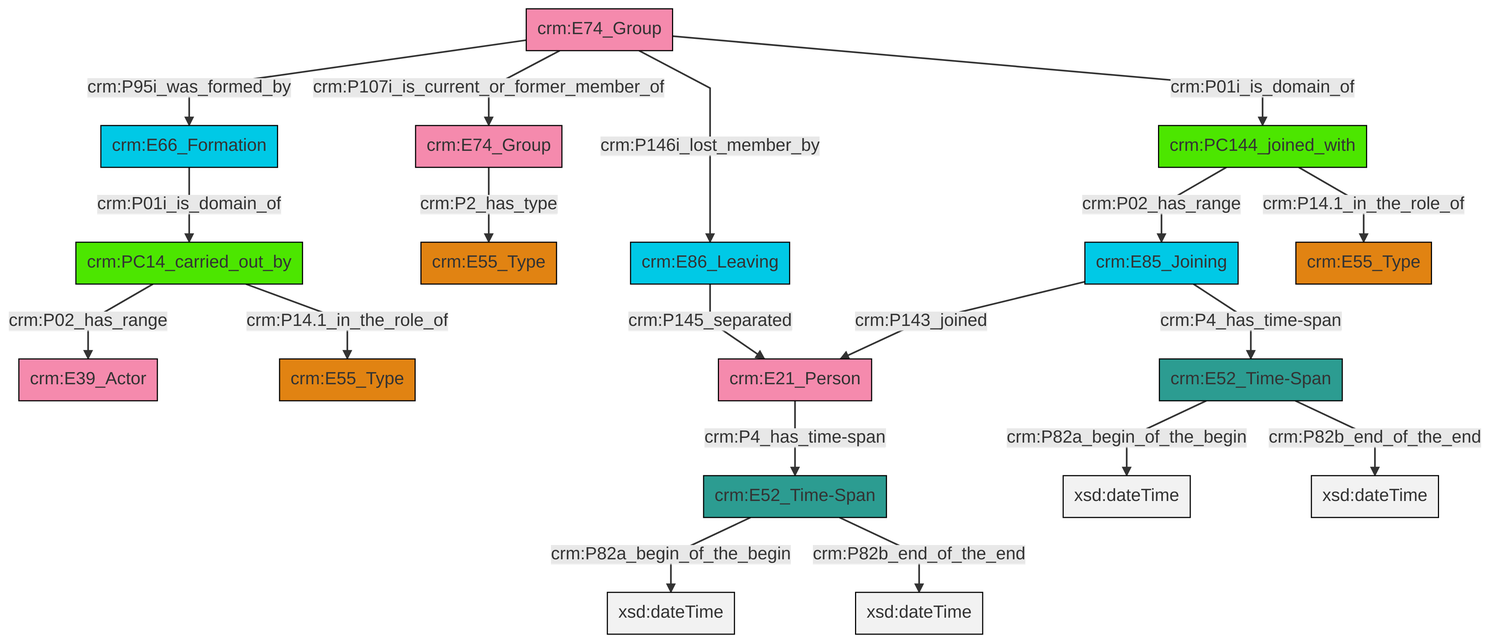
Earlier version of the Mermaid export et/groupCSV/ttl/mmd/png/group_actor_relations.png (swiss-art-research-net/docs.swissartresearch). Its source is kept beside it as et/groupCSV/ttl/mmd/group_actor_relations.ttl.mmd.
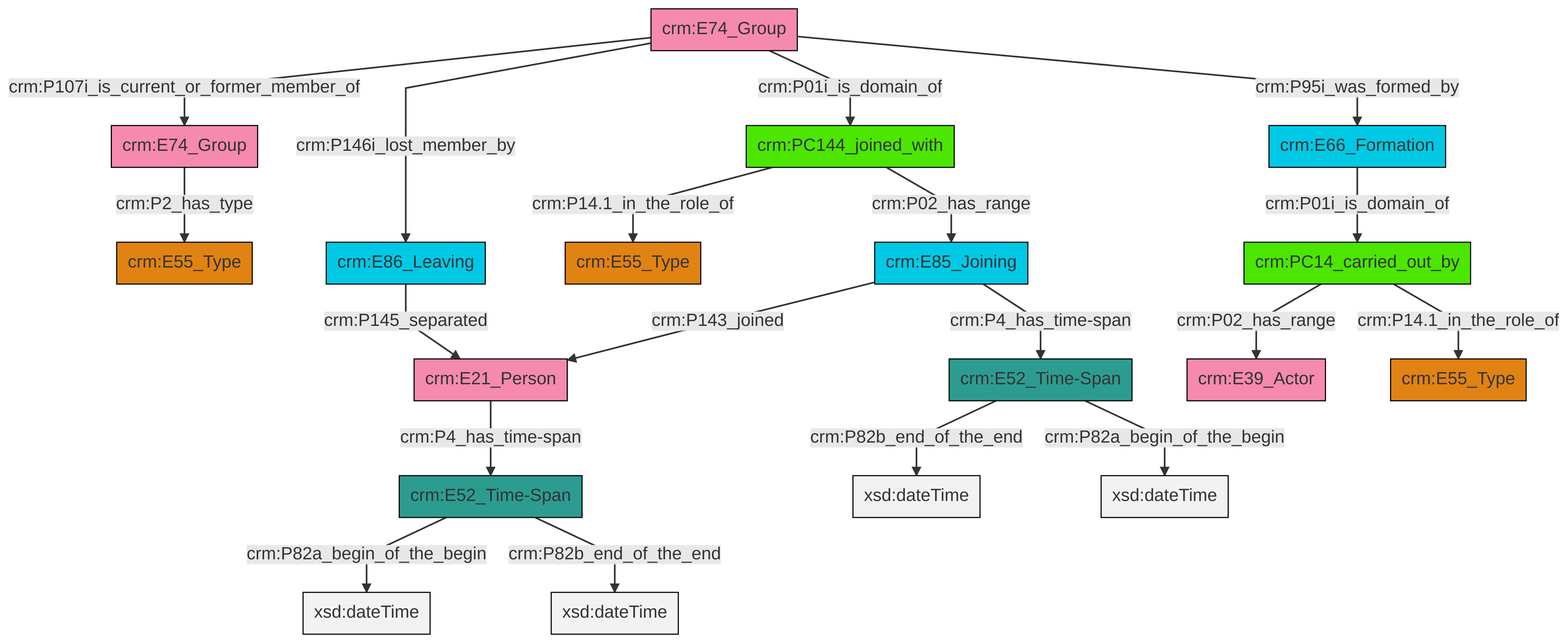
Later version of the same file.

The edit, as a diff of the source:
```diff
@@ -13,21 +13,21 @@
 classDef PC_Classes fill:#4ce600, stroke:#000000;
 classDef Multi fill:#cccccc,stroke:#000000;
 
-0["crm:E52_Time-Span"]:::Time-Span -->|crm:P82a_begin_of_the_begin| 1[xsd:dateTime]:::Literal
-2["crm:PC14_carried_out_by"]:::PC_Classes -->|crm:P02_has_range| 4["crm:E39_Actor"]:::Actor
-5["crm:PC144_joined_with"]:::PC_Classes -->|crm:P02_has_range| 6["crm:E85_Joining"]:::Temporal_Entity
-7["crm:E74_Group"]:::Actor -->|crm:P95i_was_formed_by| 8["crm:E66_Formation"]:::Temporal_Entity
-7["crm:E74_Group"]:::Actor -->|crm:P107i_is_current_or_former_member_of| 9["crm:E74_Group"]:::Actor
-7["crm:E74_Group"]:::Actor -->|crm:P146i_lost_member_by| 20["crm:E86_Leaving"]:::Temporal_Entity
-7["crm:E74_Group"]:::Actor -->|crm:P01i_is_domain_of| 5["crm:PC144_joined_with"]:::PC_Classes
-22["crm:E52_Time-Span"]:::Time-Span -->|crm:P82a_begin_of_the_begin| 23[xsd:dateTime]:::Literal
-12["crm:E21_Person"]:::Actor -->|crm:P4_has_time-span| 22["crm:E52_Time-Span"]:::Time-Span
-6["crm:E85_Joining"]:::Temporal_Entity -->|crm:P143_joined| 12["crm:E21_Person"]:::Actor
-0["crm:E52_Time-Span"]:::Time-Span -->|crm:P82b_end_of_the_end| 25[xsd:dateTime]:::Literal
-8["crm:E66_Formation"]:::Temporal_Entity -->|crm:P01i_is_domain_of| 2["crm:PC14_carried_out_by"]:::PC_Classes
-2["crm:PC14_carried_out_by"]:::PC_Classes -->|crm:P14.1_in_the_role_of| 16["crm:E55_Type"]:::Type
-22["crm:E52_Time-Span"]:::Time-Span -->|crm:P82b_end_of_the_end| 28[xsd:dateTime]:::Literal
-9["crm:E74_Group"]:::Actor -->|crm:P2_has_type| 14["crm:E55_Type"]:::Type
-6["crm:E85_Joining"]:::Temporal_Entity -->|crm:P4_has_time-span| 0["crm:E52_Time-Span"]:::Time-Span
-20["crm:E86_Leaving"]:::Temporal_Entity -->|crm:P145_separated| 12["crm:E21_Person"]:::Actor
-5["crm:PC144_joined_with"]:::PC_Classes -->|crm:P14.1_in_the_role_of| 29["crm:E55_Type"]:::Type
+6["crm:PC14_carried_out_by"]:::PC_Classes -->|crm:P02_has_range| 7["crm:E39_Actor"]:::Actor
+2["crm:E74_Group"]:::Actor -->|crm:P107i_is_current_or_former_member_of| 8["crm:E74_Group"]:::Actor
+9["crm:E21_Person"]:::Actor -->|crm:P4_has_time-span| 10["crm:E52_Time-Span"]:::Time-Span
+10["crm:E52_Time-Span"]:::Time-Span -->|crm:P82a_begin_of_the_begin| 14[xsd:dateTime]:::Literal
+15["crm:E52_Time-Span"]:::Time-Span -->|crm:P82b_end_of_the_end| 16[xsd:dateTime]:::Literal
+2["crm:E74_Group"]:::Actor -->|crm:P146i_lost_member_by| 0["crm:E86_Leaving"]:::Temporal_Entity
+11["crm:E85_Joining"]:::Temporal_Entity -->|crm:P143_joined| 9["crm:E21_Person"]:::Actor
+11["crm:E85_Joining"]:::Temporal_Entity -->|crm:P4_has_time-span| 15["crm:E52_Time-Span"]:::Time-Span
+19["crm:E66_Formation"]:::Temporal_Entity -->|crm:P01i_is_domain_of| 6["crm:PC14_carried_out_by"]:::PC_Classes
+8["crm:E74_Group"]:::Actor -->|crm:P2_has_type| 24["crm:E55_Type"]:::Type
+0["crm:E86_Leaving"]:::Temporal_Entity -->|crm:P145_separated| 9["crm:E21_Person"]:::Actor
+2["crm:E74_Group"]:::Actor -->|crm:P01i_is_domain_of| 25["crm:PC144_joined_with"]:::PC_Classes
+6["crm:PC14_carried_out_by"]:::PC_Classes -->|crm:P14.1_in_the_role_of| 17["crm:E55_Type"]:::Type
+25["crm:PC144_joined_with"]:::PC_Classes -->|crm:P14.1_in_the_role_of| 4["crm:E55_Type"]:::Type
+25["crm:PC144_joined_with"]:::PC_Classes -->|crm:P02_has_range| 11["crm:E85_Joining"]:::Temporal_Entity
+2["crm:E74_Group"]:::Actor -->|crm:P95i_was_formed_by| 19["crm:E66_Formation"]:::Temporal_Entity
+15["crm:E52_Time-Span"]:::Time-Span -->|crm:P82a_begin_of_the_begin| 32[xsd:dateTime]:::Literal
+10["crm:E52_Time-Span"]:::Time-Span -->|crm:P82b_end_of_the_end| 33[xsd:dateTime]:::Literal
```
